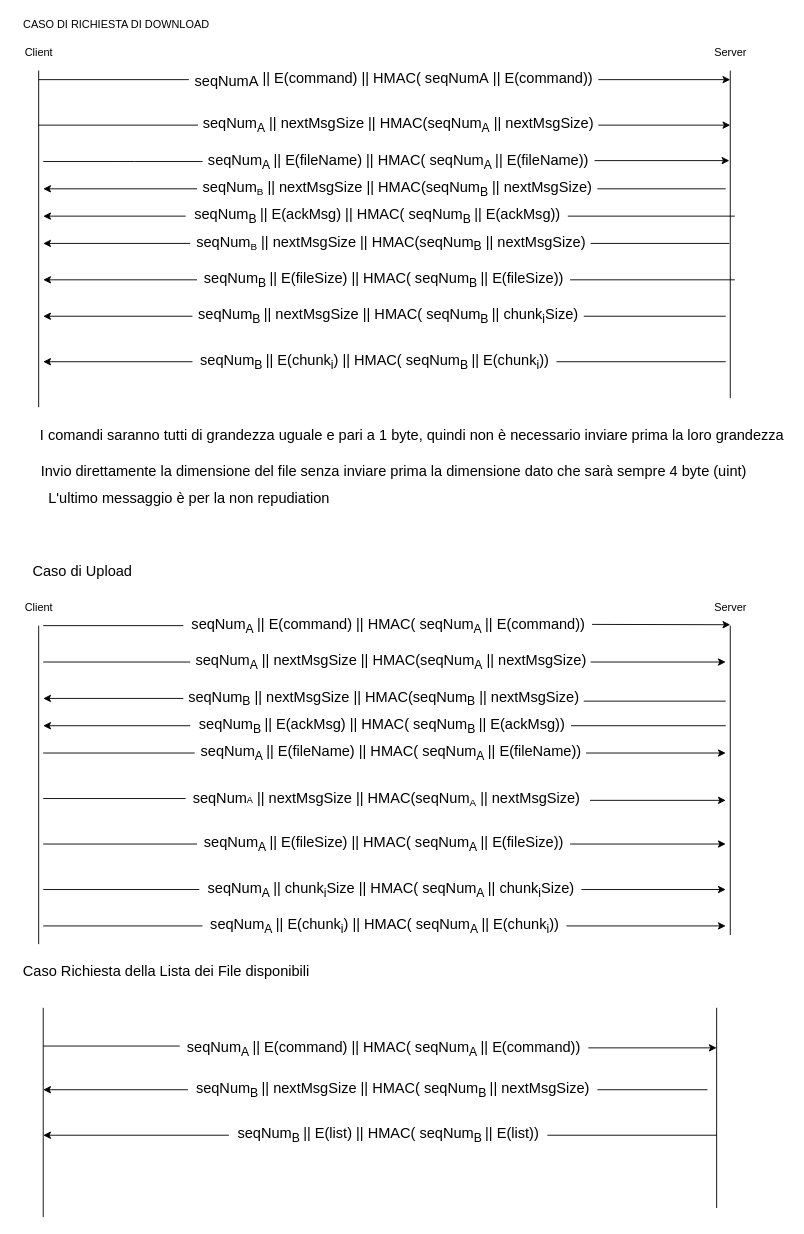
Before: schemes/SecondPhase.drawio in fontanellileonardo/Secure-File-Transfer, a draw.io diagram. Source tidied: cells renumbered, new cells numbered last; positions are measured from the earlier drawing's top-left corner, leaving out a move shared by most shapes. Both pictures are drawn from the tidied source at 91%, with x=0, y=0 at pixel (15, 15).
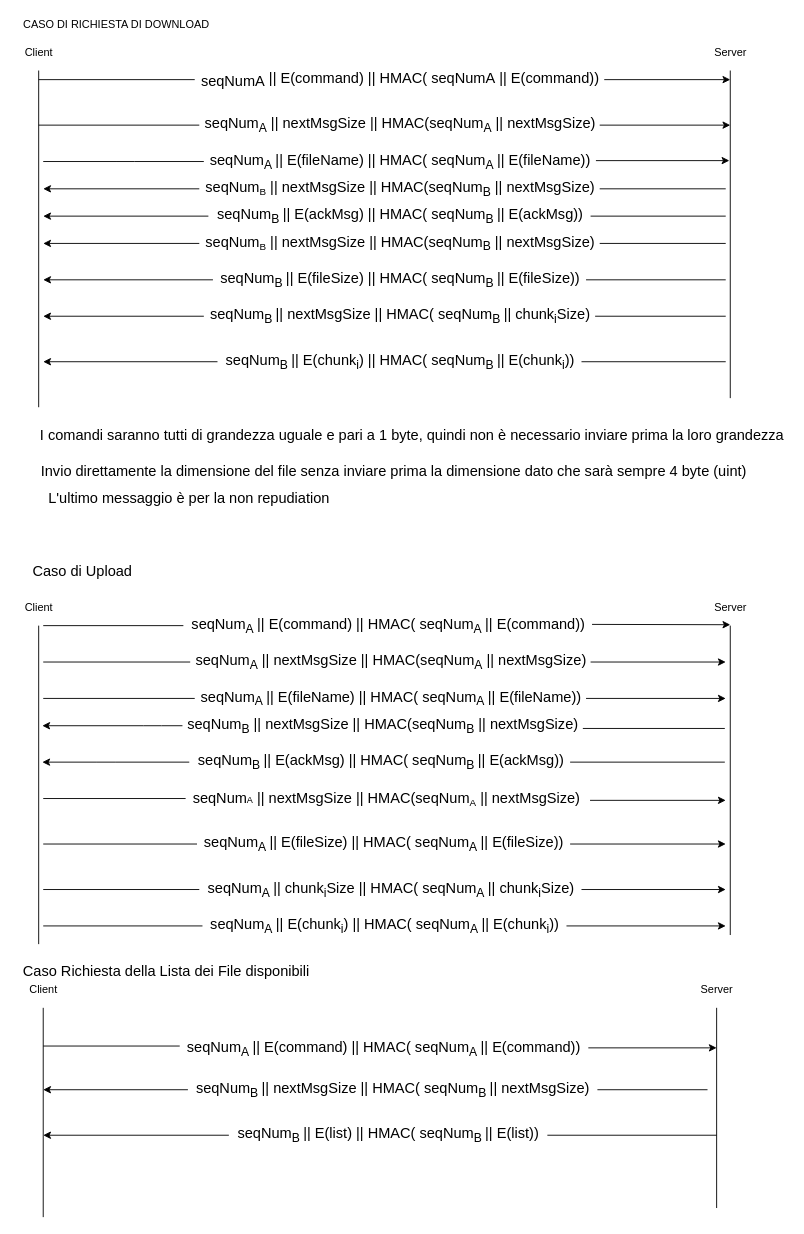
The same diagram, later.

Commit message (it also covers changes not shown here):
Aggiornati e corretti schemi protocolli

What changed in the source:
```diff
@@
     <mxCell id="20" style="endArrow=classic;html=1;" parent="1" edge="1" source="40">
       <mxGeometry relative="1" as="geometry">
-        <mxPoint x="780" y="810" as="targetPoint" />
+        <mxPoint x="780" y="750" as="targetPoint" />
       </mxGeometry>
     </mxCell>
@@
     <mxCell id="30" value="&lt;font style=&quot;font-size: 16px&quot;&gt;&lt;sub&gt;&lt;font style=&quot;font-size: 16px&quot;&gt;seqNum&lt;/font&gt;&lt;font style=&quot;font-size: 16px&quot;&gt;A&lt;/font&gt;&lt;font style=&quot;font-size: 16px&quot;&gt;&amp;nbsp;&lt;/font&gt;&lt;/sub&gt;&lt;font style=&quot;font-size: 16px&quot;&gt;|| E(command) ||&amp;nbsp;&lt;/font&gt;&lt;font style=&quot;font-size: 16px&quot;&gt;&lt;font style=&quot;font-size: 16px&quot;&gt;HMAC(&amp;nbsp;&lt;/font&gt;&lt;span style=&quot;font-size: medium&quot;&gt;seqNum&lt;/span&gt;&lt;font style=&quot;font-size: 16px&quot;&gt;A&lt;/font&gt;&lt;sub style=&quot;font-size: 16px&quot;&gt;&amp;nbsp;&lt;/sub&gt;&lt;font style=&quot;font-size: 16px&quot;&gt;|| E(command))&lt;/font&gt;&lt;/font&gt;&lt;/font&gt;" style="text;html=1;align=center;verticalAlign=middle;points=[];" parent="1" vertex="1">
-      <mxGeometry x="190" y="60" width="450" height="20" as="geometry" />
+      <mxGeometry x="196.5" y="60" width="450" height="20" as="geometry" />
     </mxCell>
@@
     <mxCell id="32" value="&lt;font style=&quot;font-size: 16px&quot;&gt;seqNum&lt;sub&gt;B&amp;nbsp;&lt;/sub&gt;|| E(fileSize) ||&amp;nbsp;HMAC(&amp;nbsp;seqNum&lt;sub&gt;B&amp;nbsp;&lt;/sub&gt;|| E(fileSize))&lt;/font&gt;" style="text;html=1;align=center;verticalAlign=middle;points=[];" parent="1" vertex="1">
-      <mxGeometry x="199" y="280" width="410" height="20" as="geometry" />
+      <mxGeometry x="216.5" y="280" width="410" height="20" as="geometry" />
     </mxCell>
     <mxCell id="33" style="endArrow=none;html=1;endFill=0;" parent="1" edge="1" target="32">
       <mxGeometry relative="1" as="geometry">
-        <mxPoint x="790" y="290" as="sourcePoint" />
+        <mxPoint x="780" y="290" as="sourcePoint" />
       </mxGeometry>
     </mxCell>
     <mxCell id="34" value="&lt;font style=&quot;font-size: 16px&quot;&gt;&lt;span style=&quot;font-size: medium&quot;&gt;seqNum&lt;sub&gt;B&lt;/sub&gt;&lt;/span&gt;&lt;sub&gt;&amp;nbsp;&lt;/sub&gt;|| nextMsgSize&amp;nbsp;||&amp;nbsp;HMAC(&amp;nbsp;&lt;span style=&quot;font-size: medium&quot;&gt;seqNum&lt;sub&gt;B&lt;/sub&gt;&lt;/span&gt;&lt;sub&gt;&amp;nbsp;&lt;/sub&gt;||&amp;nbsp;chunk&lt;sub&gt;i&lt;/sub&gt;Size)&lt;/font&gt;" style="text;html=1;align=center;verticalAlign=middle;points=[];" parent="1" vertex="1">
-      <mxGeometry x="194" y="320" width="430" height="20" as="geometry" />
+      <mxGeometry x="206.5" y="320" width="430" height="20" as="geometry" />
     </mxCell>
@@
     <mxCell id="36" value="&lt;font style=&quot;font-size: 16px&quot;&gt;seqNum&lt;sub&gt;B&amp;nbsp;&lt;/sub&gt;|| E(chunk&lt;sub&gt;i&lt;/sub&gt;)&amp;nbsp;||&amp;nbsp;HMAC(&amp;nbsp;seqNum&lt;sub&gt;B&amp;nbsp;&lt;/sub&gt;|| E(chunk&lt;sub&gt;i&lt;/sub&gt;))&lt;/font&gt;" style="text;html=1;align=center;verticalAlign=middle;points=[];" parent="1" vertex="1">
-      <mxGeometry x="194" y="370" width="400" height="20" as="geometry" />
+      <mxGeometry x="221.5" y="370" width="400" height="20" as="geometry" />
     </mxCell>
@@
     <mxCell id="40" value="&lt;font style=&quot;font-size: 16px&quot;&gt;&lt;span style=&quot;font-size: medium&quot;&gt;seqNum&lt;sub&gt;A&lt;/sub&gt;&lt;/span&gt;&lt;sub&gt;&amp;nbsp;&lt;/sub&gt;|| E(fileName) ||&amp;nbsp;HMAC(&amp;nbsp;&lt;span style=&quot;font-size: medium&quot;&gt;seqNum&lt;sub&gt;A&lt;/sub&gt;&lt;/span&gt;&lt;sub&gt;&amp;nbsp;&lt;/sub&gt;|| E(fileName))&lt;/font&gt;" style="text;html=1;align=center;verticalAlign=middle;points=[];" parent="1" vertex="1">
-      <mxGeometry x="196.5" y="800" width="430" height="20" as="geometry" />
+      <mxGeometry x="196.5" y="740" width="430" height="20" as="geometry" />
     </mxCell>
     <mxCell id="41" style="endArrow=none;html=1;endFill=0;" parent="1" edge="1" target="40">
       <mxGeometry relative="1" as="geometry">
-        <mxPoint x="30" y="810" as="sourcePoint" />
+        <mxPoint x="30" y="750" as="sourcePoint" />
       </mxGeometry>
     </mxCell>
@@
     <mxCell id="55" value="&lt;font style=&quot;font-size: 16px&quot;&gt;&lt;font style=&quot;font-size: 16px&quot;&gt;seqNum&lt;sub&gt;A&lt;/sub&gt;&amp;nbsp;|| nextMsgSize || HMAC(seqNum&lt;sub&gt;A&lt;/sub&gt;&amp;nbsp;|| nextMsgSize&lt;/font&gt;&lt;font style=&quot;font-size: 16px&quot;&gt;)&lt;/font&gt;&lt;/font&gt;" style="text;html=1;align=center;verticalAlign=middle;points=[];" parent="1" vertex="1">
-      <mxGeometry x="200" y="110" width="440" height="20" as="geometry" />
+      <mxGeometry x="201.5" y="110" width="440" height="20" as="geometry" />
     </mxCell>
@@
     <mxCell id="58" value="&lt;font style=&quot;font-size: 16px&quot;&gt;&lt;span style=&quot;font-size: medium&quot;&gt;seqNum&lt;sub&gt;A&lt;/sub&gt;&lt;/span&gt;&lt;sub&gt;&amp;nbsp;&lt;/sub&gt;|| E(fileName) ||&amp;nbsp;HMAC(&amp;nbsp;&lt;span style=&quot;font-size: medium&quot;&gt;seqNum&lt;sub&gt;A&lt;/sub&gt;&lt;/span&gt;&lt;sub&gt;&amp;nbsp;&lt;/sub&gt;|| E(fileName))&lt;/font&gt;" style="text;html=1;align=center;verticalAlign=middle;points=[];" parent="1" vertex="1">
-      <mxGeometry x="205" y="150" width="430" height="20" as="geometry" />
+      <mxGeometry x="206.5" y="150" width="430" height="20" as="geometry" />
     </mxCell>
@@
     <mxCell id="64" value="&lt;font&gt;&lt;font style=&quot;font-size: 16px&quot;&gt;seqNum&lt;/font&gt;&lt;font&gt;&lt;font size=&quot;2&quot;&gt;&lt;sub&gt;B&lt;/sub&gt;&lt;/font&gt;&lt;font size=&quot;3&quot;&gt;&amp;nbsp;|| nextMsgSize || HMAC(seqNum&lt;/font&gt;&lt;span style=&quot;font-size: 16px&quot;&gt;&lt;sub&gt;B&lt;/sub&gt;&lt;/span&gt;&lt;font size=&quot;3&quot;&gt;&amp;nbsp;|| nextMsgSize&lt;/font&gt;&lt;/font&gt;&lt;font style=&quot;font-size: 16px&quot;&gt;)&lt;/font&gt;&lt;/font&gt;" style="text;html=1;align=center;verticalAlign=middle;points=[];" parent="1" vertex="1">
-      <mxGeometry x="191.5" y="240" width="440" height="20" as="geometry" />
+      <mxGeometry x="201.5" y="240" width="440" height="20" as="geometry" />
     </mxCell>
     <mxCell id="65" style="endArrow=none;html=1;strokeWidth=1;endFill=0;" parent="1" edge="1" target="64">
       <mxGeometry relative="1" as="geometry">
-        <mxPoint x="784" y="250" as="sourcePoint" />
+        <mxPoint x="780" y="250" as="sourcePoint" />
       </mxGeometry>
     </mxCell>
@@
     <mxCell id="67" value="&lt;font&gt;&lt;font style=&quot;font-size: 16px&quot;&gt;seqNum&lt;/font&gt;&lt;font&gt;&lt;font size=&quot;2&quot;&gt;&lt;sub&gt;B&lt;/sub&gt;&lt;/font&gt;&lt;font size=&quot;3&quot;&gt;&amp;nbsp;|| nextMsgSize || HMAC(seqNum&lt;/font&gt;&lt;span style=&quot;font-size: 16px&quot;&gt;&lt;sub&gt;B&lt;/sub&gt;&lt;/span&gt;&lt;font size=&quot;3&quot;&gt;&amp;nbsp;|| nextMsgSize&lt;/font&gt;&lt;/font&gt;&lt;font style=&quot;font-size: 16px&quot;&gt;)&lt;/font&gt;&lt;/font&gt;" style="text;html=1;align=center;verticalAlign=middle;points=[];" parent="1" vertex="1">
-      <mxGeometry x="199" y="180" width="440" height="20" as="geometry" />
+      <mxGeometry x="201.5" y="180" width="440" height="20" as="geometry" />
     </mxCell>
@@
     <mxCell id="70" value="&lt;font style=&quot;font-size: 16px&quot;&gt;seqNum&lt;sub&gt;B&amp;nbsp;&lt;/sub&gt;|| E(ackMsg) ||&amp;nbsp;HMAC(&amp;nbsp;seqNum&lt;sub&gt;B&amp;nbsp;&lt;/sub&gt;|| E(ackMsg))&lt;/font&gt;" style="text;html=1;align=center;verticalAlign=middle;points=[];" parent="1" vertex="1">
-      <mxGeometry x="186.5" y="210" width="420" height="20" as="geometry" />
+      <mxGeometry x="211.5" y="210" width="420" height="20" as="geometry" />
     </mxCell>
     <mxCell id="71" style="endArrow=none;html=1;endFill=0;" parent="1" edge="1" target="70">
       <mxGeometry relative="1" as="geometry">
-        <mxPoint x="790" y="220" as="sourcePoint" />
+        <mxPoint x="780" y="220" as="sourcePoint" />
       </mxGeometry>
     </mxCell>
@@
     <mxCell id="75" value="&lt;font style=&quot;font-size: 16px&quot;&gt;&lt;font style=&quot;font-size: 16px&quot;&gt;seqNum&lt;/font&gt;&lt;font style=&quot;font-size: 16px&quot;&gt;&lt;font style=&quot;font-size: 16px&quot;&gt;&lt;sub&gt;B&lt;/sub&gt;&lt;/font&gt;&lt;font style=&quot;font-size: 16px&quot;&gt;&amp;nbsp;|| nextMsgSize || HMAC(seqNum&lt;/font&gt;&lt;span style=&quot;font-size: 16px&quot;&gt;&lt;sub&gt;B&lt;/sub&gt;&lt;/span&gt;&lt;font style=&quot;font-size: 16px&quot;&gt;&amp;nbsp;|| nextMsgSize&lt;/font&gt;&lt;/font&gt;&lt;font style=&quot;font-size: 16px&quot;&gt;)&lt;/font&gt;&lt;/font&gt;" style="text;html=1;align=center;verticalAlign=middle;points=[];" parent="1" vertex="1">
-      <mxGeometry x="184" y="740" width="440" height="20" as="geometry" />
+      <mxGeometry x="183" y="770" width="440" height="20" as="geometry" />
     </mxCell>
     <mxCell id="76" value="&lt;font style=&quot;font-size: 16px&quot;&gt;seqNum&lt;sub&gt;B&amp;nbsp;&lt;/sub&gt;|| E(ackMsg) ||&amp;nbsp;HMAC(&amp;nbsp;seqNum&lt;sub&gt;B&amp;nbsp;&lt;/sub&gt;|| E(ackMsg))&lt;/font&gt;" style="text;html=1;align=center;verticalAlign=middle;points=[];" parent="1" vertex="1">
-      <mxGeometry x="191.5" y="770" width="420" height="20" as="geometry" />
+      <mxGeometry x="190.5" y="810" width="420" height="20" as="geometry" />
     </mxCell>
     <mxCell id="77" style="endArrow=none;html=1;endFill=0;entryX=0;entryY=0.5;entryDx=0;entryDy=0;entryPerimeter=0;startArrow=classic;startFill=1;" parent="1" edge="1" target="75">
       <mxGeometry relative="1" as="geometry">
-        <mxPoint x="30" y="750" as="sourcePoint" />
+        <mxPoint x="29" y="780" as="sourcePoint" />
+        <Array as="points">
+          <mxPoint x="150" y="780" />
+        </Array>
       </mxGeometry>
     </mxCell>
     <mxCell id="78" style="endArrow=none;html=1;endFill=0;startArrow=classic;startFill=1;" parent="1" edge="1" target="76">
       <mxGeometry relative="1" as="geometry">
-        <mxPoint x="30" y="780" as="sourcePoint" />
+        <mxPoint x="29" y="820" as="sourcePoint" />
+        <Array as="points">
+          <mxPoint x="99" y="820" />
+        </Array>
       </mxGeometry>
     </mxCell>
     <mxCell id="79" style="endArrow=none;html=1;endFill=0;exitX=1;exitY=0.65;exitDx=0;exitDy=0;exitPerimeter=0;" parent="1" edge="1" source="75">
       <mxGeometry relative="1" as="geometry">
-        <mxPoint x="780" y="753" as="targetPoint" />
+        <mxPoint x="779" y="783" as="targetPoint" />
       </mxGeometry>
     </mxCell>
     <mxCell id="80" style="endArrow=none;html=1;endFill=0;" parent="1" edge="1">
       <mxGeometry relative="1" as="geometry">
-        <mxPoint x="610" y="780" as="sourcePoint" />
-        <mxPoint x="780" y="780" as="targetPoint" />
+        <mxPoint x="609" y="820" as="sourcePoint" />
+        <mxPoint x="779" y="820" as="targetPoint" />
       </mxGeometry>
     </mxCell>
+    <mxCell id="81" value="Client" style="text;html=1;align=center;verticalAlign=middle;" parent="1" vertex="1">
+      <mxGeometry x="5" y="1060" width="50" height="20" as="geometry" />
+    </mxCell>
+    <mxCell id="82" value="Server" style="text;html=1;align=center;verticalAlign=middle;" parent="1" vertex="1">
+      <mxGeometry x="745" y="1060" width="50" height="20" as="geometry" />
+    </mxCell>
```
